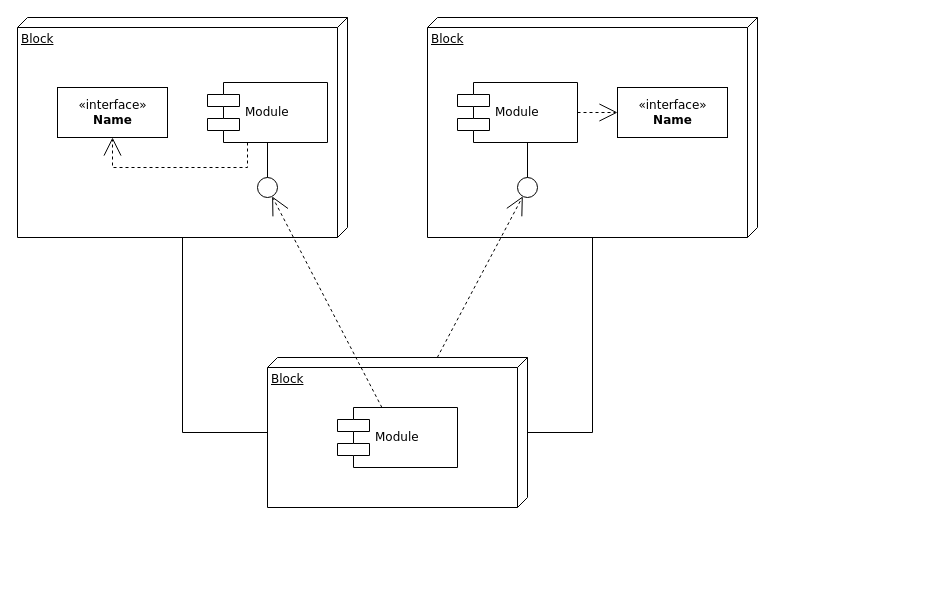
Mrazbb/OAMK_DDD keeps this draw.io diagram as Untitled Diagram.drawio. Above is the earlier version. Source tidied: cells renumbered, new cells numbered last; positions are measured from the earlier drawing's top-left corner, leaving out a move shared by most shapes. Both pictures are drawn from the tidied source at 100%, with x=0, y=0 at pixel (17, 17).
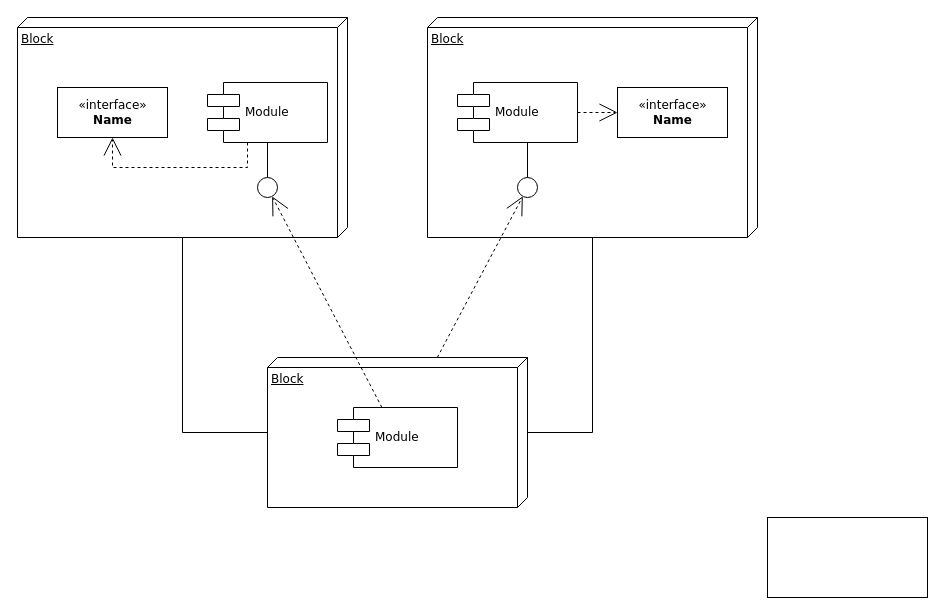
The same page after the edit.

What changed in the source:
```diff
@@
+    <mxCell id="20" style="rounded=0;whiteSpace=wrap;html=1;fontSize=16;" parent="1" vertex="1">
+      <mxGeometry x="750" y="500" width="160" height="80" as="geometry" />
+    </mxCell>
```
